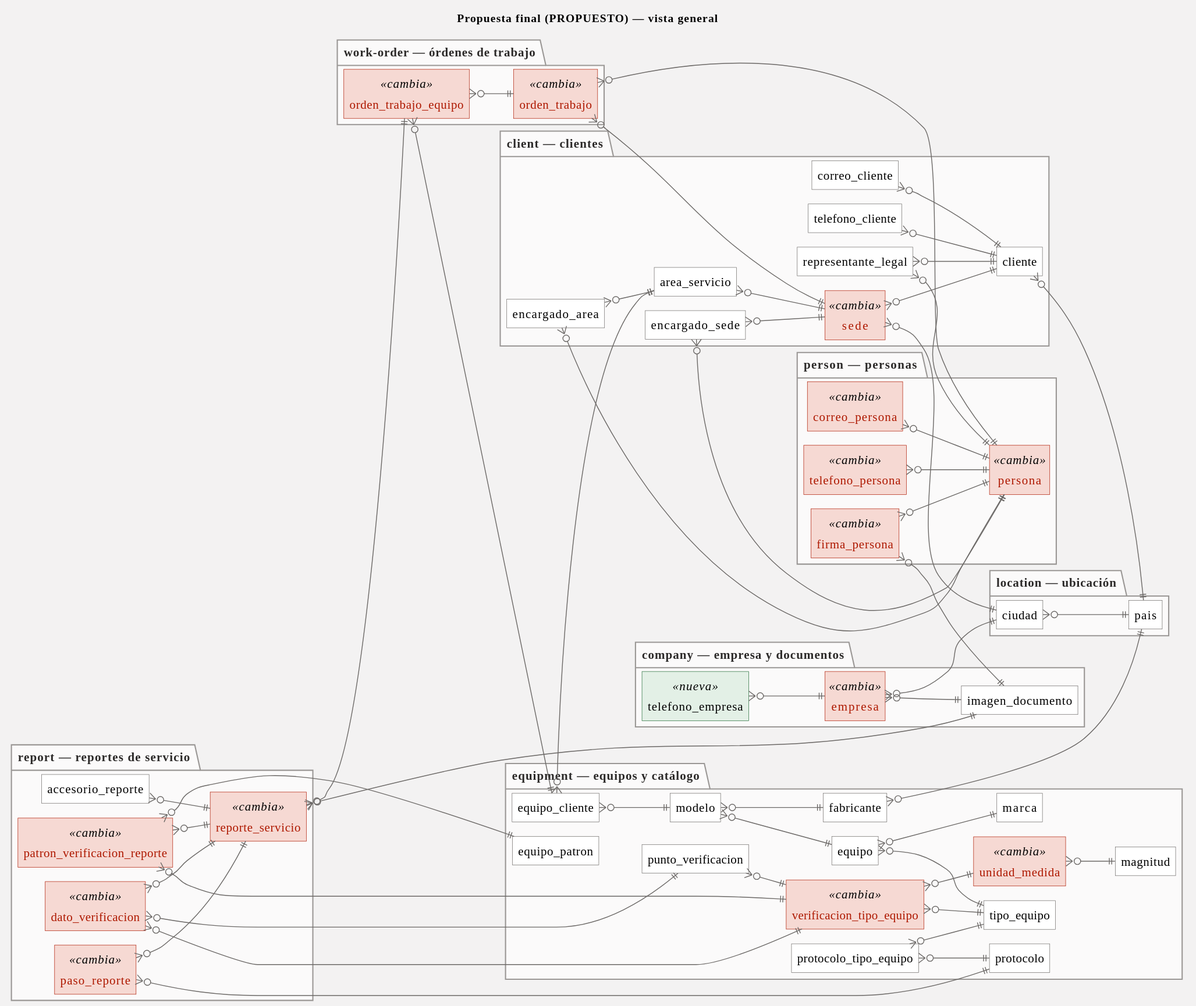
This is Documentation/DatabaseDesign/refactor-3fn/2-final/vista-general.svg from SeanBol222/MalphasOs, a PlantUML export, as it was before one commit.
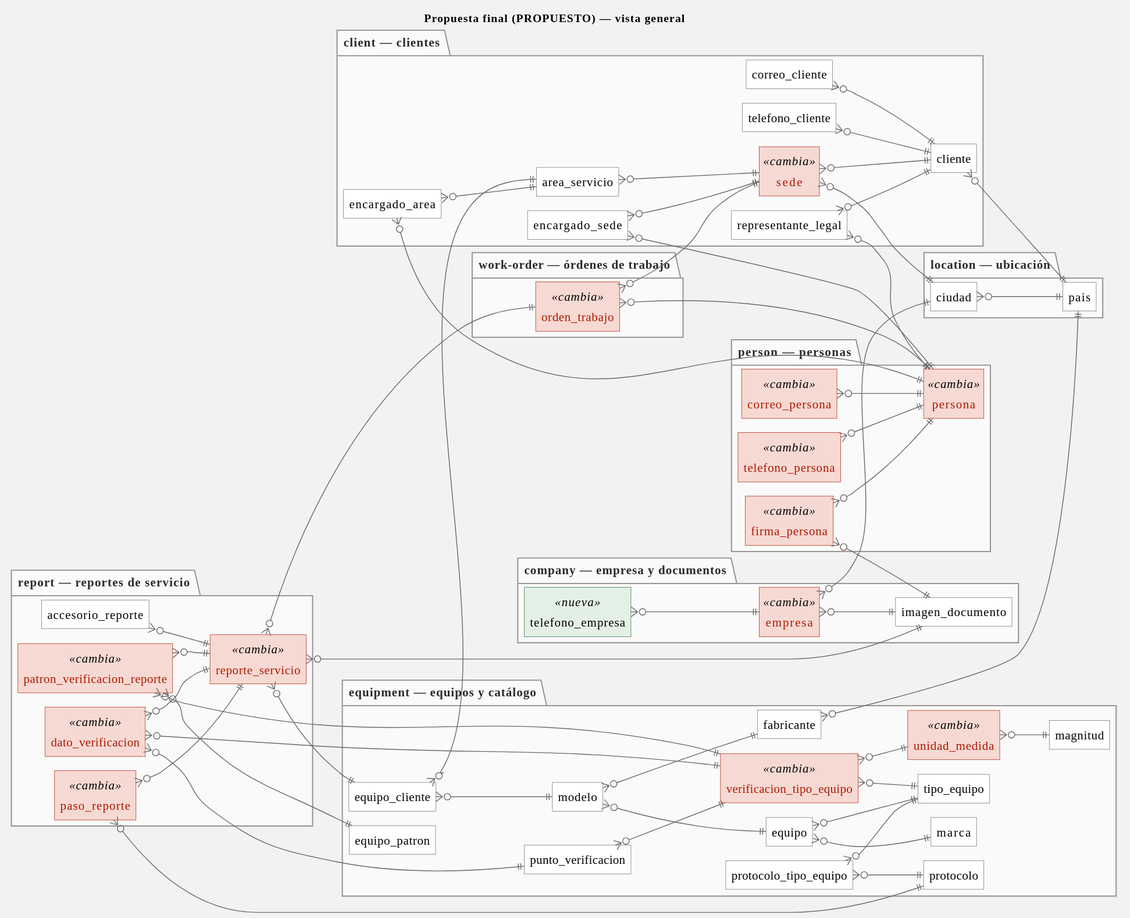
The same diagram one commit later.

Diff of the diagram source:
```diff
@@ -81,7 +81,6 @@
 }
 package "work-order — órdenes de trabajo" {
   entity "orden_trabajo" as orden_trabajo <<cambia>>
-  entity "orden_trabajo_equipo" as orden_trabajo_equipo <<cambia>>
 }
 package "report — reportes de servicio" {
   entity "reporte_servicio" as reporte_servicio <<cambia>>
@@ -114,9 +113,6 @@
 equipo_cliente }o--|| area_servicio
 equipo_cliente }o--|| modelo
 orden_trabajo }o--|| persona
-orden_trabajo_equipo }o--|| equipo_cliente
-orden_trabajo_equipo }o--|| orden_trabajo
-reporte_servicio }o--|| orden_trabajo_equipo
 reporte_servicio }o--|| imagen_documento
 dato_verificacion }o--|| punto_verificacion
 dato_verificacion }o--|| reporte_servicio
@@ -143,5 +139,7 @@
 firma_persona }o--|| imagen_documento
 orden_trabajo }o--|| sede
 verificacion_tipo_equipo }o--|| unidad_medida
+reporte_servicio }o--|| orden_trabajo
+reporte_servicio }o--|| equipo_cliente
 hide members
 @enduml
```
